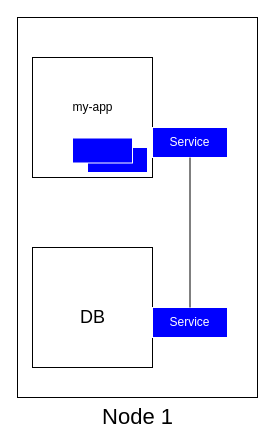
Earlier version of the draw.io diagram page "Service-Basic" (2 of 12) of Kubernetes.drawio (BachlChrisi/kubernetes-presentation). Source tidied: cells renumbered, new cells numbered last; positions are measured from the earlier drawing's top-left corner, leaving out a move shared by most shapes. Both pictures are drawn from the tidied source at 100%, with x=0, y=0 at pixel (17, 17).
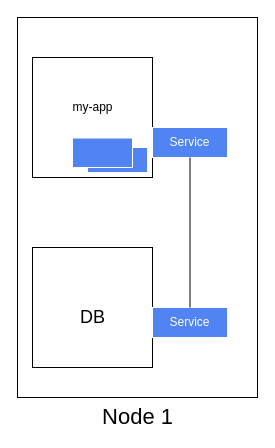
After the change.

The edit, as a diff of the source:
```diff
@@
 <mxGraphModel>
   <root>
     <mxCell id="0" />
     <mxCell id="1" parent="0" />
     <mxCell id="2" style="rounded=0;whiteSpace=wrap;html=1;" parent="1" vertex="1">
       <mxGeometry width="240" height="380" as="geometry" />
     </mxCell>
     <mxCell id="3" value="&lt;font style=&quot;font-size: 22px&quot;&gt;Node 1&lt;/font&gt;" style="text;html=1;align=center;verticalAlign=middle;" parent="1" vertex="1">
       <mxGeometry x="75" y="390" width="90" height="20" as="geometry" />
     </mxCell>
     <mxCell id="4" style="rounded=0;whiteSpace=wrap;html=1;" parent="1" vertex="1">
       <mxGeometry x="15" y="230" width="120" height="120" as="geometry" />
     </mxCell>
     <mxCell id="5" style="rounded=0;whiteSpace=wrap;html=1;" parent="1" vertex="1">
       <mxGeometry x="15" y="40" width="120" height="120" as="geometry" />
     </mxCell>
     <mxCell id="6" value="my-app" style="text;html=1;align=center;verticalAlign=middle;" parent="1" vertex="1">
       <mxGeometry x="45" y="80" width="60" height="20" as="geometry" />
     </mxCell>
     <mxCell id="7" value="&lt;font style=&quot;font-size: 18px&quot;&gt;DB&lt;/font&gt;" style="text;html=1;align=center;verticalAlign=middle;" parent="1" vertex="1">
       <mxGeometry x="55" y="290" width="40" height="20" as="geometry" />
     </mxCell>
-    <mxCell id="8" value="&lt;font color=&quot;#ffffff&quot;&gt;Service&lt;/font&gt;" style="rounded=0;whiteSpace=wrap;html=1;fillColor=#0000FF;strokeColor=#FFFFFF;" parent="1" vertex="1">
+    <mxCell id="8" value="&lt;font color=&quot;#ffffff&quot;&gt;Service&lt;/font&gt;" style="rounded=0;whiteSpace=wrap;html=1;strokeColor=#FFFFFF;fillColor=#5184F3;" parent="1" vertex="1">
       <mxGeometry x="135" y="290" width="75" height="30" as="geometry" />
     </mxCell>
-    <mxCell id="9" value="&lt;font color=&quot;#ffffff&quot;&gt;Service&lt;/font&gt;" style="rounded=0;whiteSpace=wrap;html=1;fillColor=#0000FF;strokeColor=#FFFFFF;" parent="1" vertex="1">
+    <mxCell id="9" value="&lt;font color=&quot;#ffffff&quot;&gt;Service&lt;/font&gt;" style="rounded=0;whiteSpace=wrap;html=1;strokeColor=#FFFFFF;fillColor=#5184F3;" parent="1" vertex="1">
       <mxGeometry x="135" y="110" width="75" height="30" as="geometry" />
     </mxCell>
     <mxCell id="10" style="endArrow=none;html=1;entryX=0.5;entryY=1;entryDx=0;entryDy=0;exitX=0.5;exitY=0;exitDx=0;exitDy=0;" parent="1" edge="1" source="8" target="9">
       <mxGeometry relative="1" as="geometry" />
     </mxCell>
-    <mxCell id="11" style="rounded=0;whiteSpace=wrap;html=1;strokeColor=#FFFFFF;fillColor=#0000FF;" parent="1" vertex="1">
+    <mxCell id="11" style="rounded=0;whiteSpace=wrap;html=1;strokeColor=#FFFFFF;fillColor=#5184F3;" parent="1" vertex="1">
       <mxGeometry x="70" y="130" width="60" height="25" as="geometry" />
     </mxCell>
-    <mxCell id="12" style="rounded=0;whiteSpace=wrap;html=1;strokeColor=#FFFFFF;fillColor=#0000FF;" parent="1" vertex="1">
-      <mxGeometry x="55" y="120.5" width="60" height="25" as="geometry" />
+    <mxCell id="12" style="rounded=0;whiteSpace=wrap;html=1;strokeColor=#FFFFFF;fillColor=#5184F3;" parent="1" vertex="1">
+      <mxGeometry x="55" y="120.5" width="60" height="29.5" as="geometry" />
     </mxCell>
   </root>
 </mxGraphModel>
```
